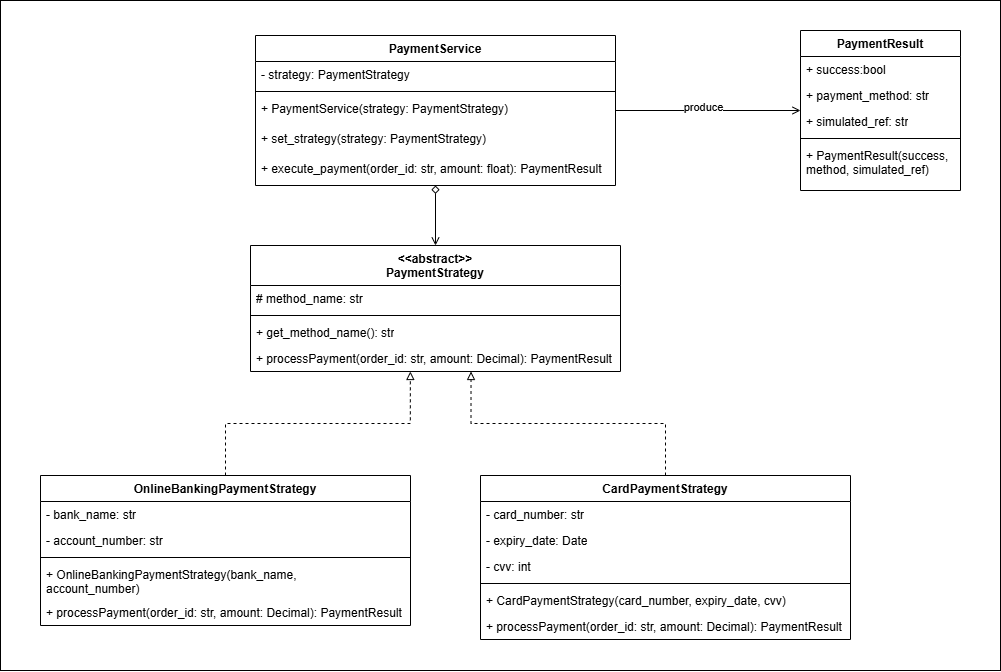
Before: .claude/context/design_patterns/strategy_pattern/bukoo_strategy_pattern.png, a diagram exported from draw.io (BukooOrg/bukoo). Source tidied: cells renumbered, new cells last; positions are measured from the earlier drawing's top-left corner, leaving out a move shared by most shapes.
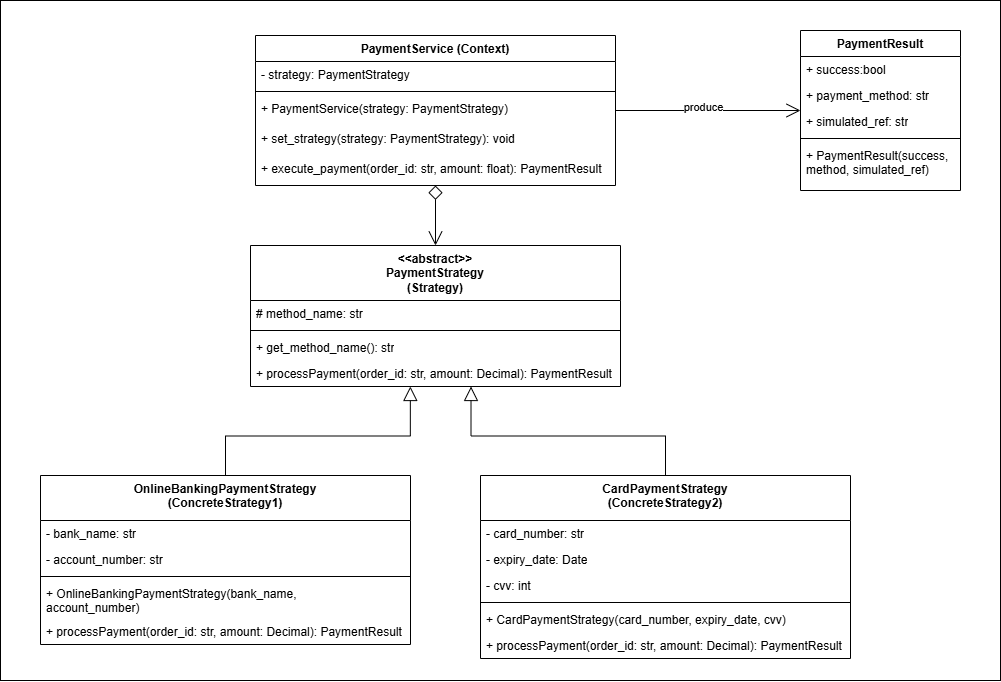
The same diagram one commit later.

The edit, as a diff of the source:
```diff
@@ -3,49 +3,49 @@
     <mxCell id="0" />
     <mxCell id="1" parent="0" />
     <mxCell id="2" style="rounded=0;whiteSpace=wrap;html=1;fillColor=none;" parent="1" vertex="1">
-      <mxGeometry width="1000" height="670" as="geometry" />
+      <mxGeometry width="1000" height="680" as="geometry" />
     </mxCell>
-    <mxCell id="3" style="edgeStyle=orthogonalEdgeStyle;rounded=0;jettySize=auto;html=1;dashed=1;endArrow=block;endFill=0;entryX=0.432;entryY=1;entryDx=0;entryDy=0;entryPerimeter=0;" parent="1" edge="1" source="4" target="36">
+    <mxCell id="3" style="edgeStyle=orthogonalEdgeStyle;rounded=0;jettySize=auto;html=1;endArrow=block;endFill=0;entryX=0.432;entryY=1;entryDx=0;entryDy=0;entryPerimeter=0;startSize=12;endSize=12;" parent="1" edge="1" source="4" target="36">
       <mxGeometry relative="1" as="geometry" />
     </mxCell>
-    <mxCell id="4" value="OnlineBankingPaymentStrategy" style="swimlane;fontStyle=1;align=center;verticalAlign=top;horizontal=1;startSize=26;whiteSpace=wrap;html=1;" parent="1" vertex="1">
-      <mxGeometry x="40" y="475" width="370" height="150" as="geometry" />
+    <mxCell id="4" value="OnlineBankingPaymentStrategy&lt;br&gt;(ConcreteStrategy1)" style="swimlane;fontStyle=1;align=center;verticalAlign=top;horizontal=1;startSize=45;whiteSpace=wrap;html=1;" parent="1" vertex="1">
+      <mxGeometry x="40" y="475" width="370" height="169" as="geometry" />
     </mxCell>
     <mxCell id="5" value="- bank_name: str" style="text;strokeColor=none;fillColor=none;align=left;verticalAlign=top;spacingLeft=4;spacingRight=4;overflow=hidden;whiteSpace=wrap;html=1;" parent="4" vertex="1">
-      <mxGeometry y="26" width="370" height="26" as="geometry" />
+      <mxGeometry y="45" width="370" height="26" as="geometry" />
     </mxCell>
     <mxCell id="6" value="- account_number: str" style="text;strokeColor=none;fillColor=none;align=left;verticalAlign=top;spacingLeft=4;spacingRight=4;overflow=hidden;whiteSpace=wrap;html=1;" parent="4" vertex="1">
-      <mxGeometry y="52" width="370" height="26" as="geometry" />
+      <mxGeometry y="71" width="370" height="26" as="geometry" />
     </mxCell>
     <mxCell id="7" style="line;strokeWidth=1;fillColor=none;align=left;verticalAlign=middle;spacingTop=-1;spacingLeft=3;spacingRight=3;labelPosition=right;strokeColor=inherit;" parent="4" vertex="1">
-      <mxGeometry y="78" width="370" height="8" as="geometry" />
+      <mxGeometry y="97" width="370" height="8" as="geometry" />
     </mxCell>
     <mxCell id="8" value="+ OnlineBankingPaymentStrategy(bank_name, account_number)&lt;span style=&quot;white-space: pre;&quot;&gt;&#9;&lt;/span&gt;" style="text;strokeColor=none;fillColor=none;align=left;verticalAlign=top;spacingLeft=4;spacingRight=4;overflow=hidden;whiteSpace=wrap;html=1;" parent="4" vertex="1">
-      <mxGeometry y="86" width="370" height="38" as="geometry" />
+      <mxGeometry y="105" width="370" height="38" as="geometry" />
     </mxCell>
     <mxCell id="9" value="+ processPayment(order_id: str, amount: Decimal): PaymentResult" style="text;strokeColor=none;fillColor=none;align=left;verticalAlign=top;spacingLeft=4;spacingRight=4;overflow=hidden;whiteSpace=wrap;html=1;" parent="4" vertex="1">
-      <mxGeometry y="124" width="370" height="26" as="geometry" />
+      <mxGeometry y="143" width="370" height="26" as="geometry" />
     </mxCell>
-    <mxCell id="10" value="CardPaymentStrategy" style="swimlane;fontStyle=1;align=center;verticalAlign=top;horizontal=1;startSize=26;whiteSpace=wrap;html=1;" parent="1" vertex="1">
-      <mxGeometry x="480" y="475" width="370" height="164" as="geometry" />
+    <mxCell id="10" value="CardPaymentStrategy&lt;div&gt;(ConcreteStrategy2)&lt;/div&gt;" style="swimlane;fontStyle=1;align=center;verticalAlign=top;horizontal=1;startSize=45;whiteSpace=wrap;html=1;" parent="1" vertex="1">
+      <mxGeometry x="480" y="475" width="370" height="183" as="geometry" />
     </mxCell>
     <mxCell id="11" value="- card_number: str" style="text;strokeColor=none;fillColor=none;align=left;verticalAlign=top;spacingLeft=4;spacingRight=4;overflow=hidden;whiteSpace=wrap;html=1;" parent="10" vertex="1">
-      <mxGeometry y="26" width="370" height="26" as="geometry" />
+      <mxGeometry y="45" width="370" height="26" as="geometry" />
     </mxCell>
     <mxCell id="12" value="- expiry_date: Date" style="text;strokeColor=none;fillColor=none;align=left;verticalAlign=top;spacingLeft=4;spacingRight=4;overflow=hidden;whiteSpace=wrap;html=1;" parent="10" vertex="1">
-      <mxGeometry y="52" width="370" height="26" as="geometry" />
+      <mxGeometry y="71" width="370" height="26" as="geometry" />
     </mxCell>
     <mxCell id="13" value="- cvv: int" style="text;strokeColor=none;fillColor=none;align=left;verticalAlign=top;spacingLeft=4;spacingRight=4;overflow=hidden;whiteSpace=wrap;html=1;" parent="10" vertex="1">
-      <mxGeometry y="78" width="370" height="26" as="geometry" />
+      <mxGeometry y="97" width="370" height="26" as="geometry" />
     </mxCell>
     <mxCell id="14" style="line;strokeWidth=1;fillColor=none;align=left;verticalAlign=middle;spacingTop=-1;spacingLeft=3;spacingRight=3;labelPosition=right;strokeColor=inherit;" parent="10" vertex="1">
-      <mxGeometry y="104" width="370" height="8" as="geometry" />
+      <mxGeometry y="123" width="370" height="8" as="geometry" />
     </mxCell>
     <mxCell id="15" value="+&amp;nbsp;&lt;span style=&quot;text-align: center;&quot;&gt;CardPaymentStrategy&lt;/span&gt;(card_number, expiry_date, cvv)" style="text;strokeColor=none;fillColor=none;align=left;verticalAlign=top;spacingLeft=4;spacingRight=4;overflow=hidden;whiteSpace=wrap;html=1;" parent="10" vertex="1">
-      <mxGeometry y="112" width="370" height="26" as="geometry" />
+      <mxGeometry y="131" width="370" height="26" as="geometry" />
     </mxCell>
     <mxCell id="16" value="+ processPayment(order_id: str, amount: Decimal): PaymentResult" style="text;strokeColor=none;fillColor=none;align=left;verticalAlign=top;spacingLeft=4;spacingRight=4;overflow=hidden;whiteSpace=wrap;html=1;" parent="10" vertex="1">
-      <mxGeometry y="138" width="370" height="26" as="geometry" />
+      <mxGeometry y="157" width="370" height="26" as="geometry" />
     </mxCell>
     <mxCell id="17" value="PaymentResult" style="swimlane;fontStyle=1;align=center;verticalAlign=top;horizontal=1;startSize=26;whiteSpace=wrap;html=1;" parent="1" vertex="1">
       <mxGeometry x="800" y="30" width="160" height="160" as="geometry" />
@@ -65,16 +65,16 @@
     <mxCell id="22" value="+ PaymentResult(success, method, simulated_ref)" style="text;strokeColor=none;fillColor=none;align=left;verticalAlign=top;spacingLeft=4;spacingRight=4;overflow=hidden;whiteSpace=wrap;html=1;" parent="17" vertex="1">
       <mxGeometry y="112" width="160" height="48" as="geometry" />
     </mxCell>
-    <mxCell id="23" style="edgeStyle=orthogonalEdgeStyle;rounded=0;jettySize=auto;html=1;startArrow=diamond;startFill=0;endArrow=open;endFill=0;" parent="1" edge="1" source="26" target="32">
+    <mxCell id="23" style="edgeStyle=orthogonalEdgeStyle;rounded=0;jettySize=auto;html=1;startArrow=diamond;startFill=0;endArrow=open;endFill=0;startSize=12;endSize=12;" parent="1" edge="1" source="26" target="32">
       <mxGeometry relative="1" as="geometry" />
     </mxCell>
-    <mxCell id="24" style="edgeStyle=orthogonalEdgeStyle;rounded=0;jettySize=auto;html=1;endArrow=open;endFill=0;" parent="1" edge="1" source="26" target="17">
+    <mxCell id="24" style="edgeStyle=orthogonalEdgeStyle;rounded=0;jettySize=auto;html=1;endArrow=open;endFill=0;endSize=12;" parent="1" edge="1" source="26" target="17">
       <mxGeometry relative="1" as="geometry" />
     </mxCell>
     <mxCell id="25" value="produce" style="edgeLabel;html=1;align=center;verticalAlign=middle;" parent="24" vertex="1">
       <mxGeometry x="-0.06" y="4" relative="1" as="geometry" />
     </mxCell>
-    <mxCell id="26" value="PaymentService" style="swimlane;fontStyle=1;align=center;verticalAlign=top;horizontal=1;startSize=26;whiteSpace=wrap;html=1;" parent="1" vertex="1">
+    <mxCell id="26" value="PaymentService (Context)" style="swimlane;fontStyle=1;align=center;verticalAlign=top;horizontal=1;startSize=26;whiteSpace=wrap;html=1;" parent="1" vertex="1">
       <mxGeometry x="255" y="35" width="360" height="150" as="geometry" />
     </mxCell>
     <mxCell id="27" value="- strategy: PaymentStrategy" style="text;strokeColor=none;fillColor=none;align=left;verticalAlign=top;spacingLeft=4;spacingRight=4;overflow=hidden;whiteSpace=wrap;html=1;" parent="26" vertex="1">
@@ -86,28 +86,28 @@
     <mxCell id="29" value="+ PaymentService(strategy: PaymentStrategy)" style="text;strokeColor=none;fillColor=none;align=left;verticalAlign=top;spacingLeft=4;spacingRight=4;overflow=hidden;whiteSpace=wrap;html=1;" parent="26" vertex="1">
       <mxGeometry y="60" width="360" height="30" as="geometry" />
     </mxCell>
-    <mxCell id="30" value="+ set_strategy(strategy: PaymentStrategy)" style="text;strokeColor=none;fillColor=none;align=left;verticalAlign=top;spacingLeft=4;spacingRight=4;overflow=hidden;whiteSpace=wrap;html=1;" parent="26" vertex="1">
+    <mxCell id="30" value="+ set_strategy(strategy: PaymentStrategy): void" style="text;strokeColor=none;fillColor=none;align=left;verticalAlign=top;spacingLeft=4;spacingRight=4;overflow=hidden;whiteSpace=wrap;html=1;" parent="26" vertex="1">
       <mxGeometry y="90" width="360" height="30" as="geometry" />
     </mxCell>
     <mxCell id="31" value="+ execute_payment(order_id: str, amount: float): PaymentResult" style="text;strokeColor=none;fillColor=none;align=left;verticalAlign=top;spacingLeft=4;spacingRight=4;overflow=hidden;whiteSpace=wrap;html=1;" parent="26" vertex="1">
       <mxGeometry y="120" width="360" height="30" as="geometry" />
     </mxCell>
-    <mxCell id="32" value="&amp;lt;&amp;lt;abstract&amp;gt;&amp;gt;&lt;div&gt;PaymentStrategy&lt;/div&gt;" style="swimlane;fontStyle=1;align=center;verticalAlign=top;horizontal=1;startSize=40;whiteSpace=wrap;html=1;" parent="1" vertex="1">
-      <mxGeometry x="250" y="245" width="370" height="126" as="geometry" />
+    <mxCell id="32" value="&amp;lt;&amp;lt;abstract&amp;gt;&amp;gt;&lt;div&gt;PaymentStrategy&lt;br&gt;(Strategy)&lt;/div&gt;" style="swimlane;fontStyle=1;align=center;verticalAlign=top;horizontal=1;startSize=55;whiteSpace=wrap;html=1;" parent="1" vertex="1">
+      <mxGeometry x="250" y="245" width="370" height="141" as="geometry" />
     </mxCell>
     <mxCell id="33" value="# method_name: str" style="text;strokeColor=none;fillColor=none;align=left;verticalAlign=top;spacingLeft=4;spacingRight=4;overflow=hidden;whiteSpace=wrap;html=1;" parent="32" vertex="1">
-      <mxGeometry y="40" width="370" height="26" as="geometry" />
+      <mxGeometry y="55" width="370" height="26" as="geometry" />
     </mxCell>
     <mxCell id="34" style="line;strokeWidth=1;fillColor=none;align=left;verticalAlign=middle;spacingTop=-1;spacingLeft=3;spacingRight=3;labelPosition=right;strokeColor=inherit;" parent="32" vertex="1">
-      <mxGeometry y="66" width="370" height="8" as="geometry" />
+      <mxGeometry y="81" width="370" height="8" as="geometry" />
     </mxCell>
     <mxCell id="35" value="+ get_method_name(): str" style="text;strokeColor=none;fillColor=none;align=left;verticalAlign=top;spacingLeft=4;spacingRight=4;overflow=hidden;whiteSpace=wrap;html=1;" parent="32" vertex="1">
-      <mxGeometry y="74" width="370" height="26" as="geometry" />
+      <mxGeometry y="89" width="370" height="26" as="geometry" />
     </mxCell>
     <mxCell id="36" value="+ processPayment(order_id: str, amount: Decimal): PaymentResult" style="text;strokeColor=none;fillColor=none;align=left;verticalAlign=top;spacingLeft=4;spacingRight=4;overflow=hidden;points=[[0,0.5],[1,0.5]];portConstraint=eastwest;whiteSpace=wrap;html=1;" parent="32" vertex="1">
-      <mxGeometry y="100" width="370" height="26" as="geometry" />
+      <mxGeometry y="115" width="370" height="26" as="geometry" />
     </mxCell>
-    <mxCell id="37" style="edgeStyle=orthogonalEdgeStyle;rounded=0;jettySize=auto;html=1;entryX=0.596;entryY=1;entryDx=0;entryDy=0;entryPerimeter=0;dashed=1;endArrow=block;endFill=0;" parent="1" edge="1" source="10" target="36">
+    <mxCell id="37" style="edgeStyle=orthogonalEdgeStyle;rounded=0;jettySize=auto;html=1;entryX=0.596;entryY=1;entryDx=0;entryDy=0;entryPerimeter=0;endArrow=block;endFill=0;startSize=12;endSize=12;" parent="1" edge="1" source="10" target="36">
       <mxGeometry relative="1" as="geometry" />
     </mxCell>
   </root>
```
